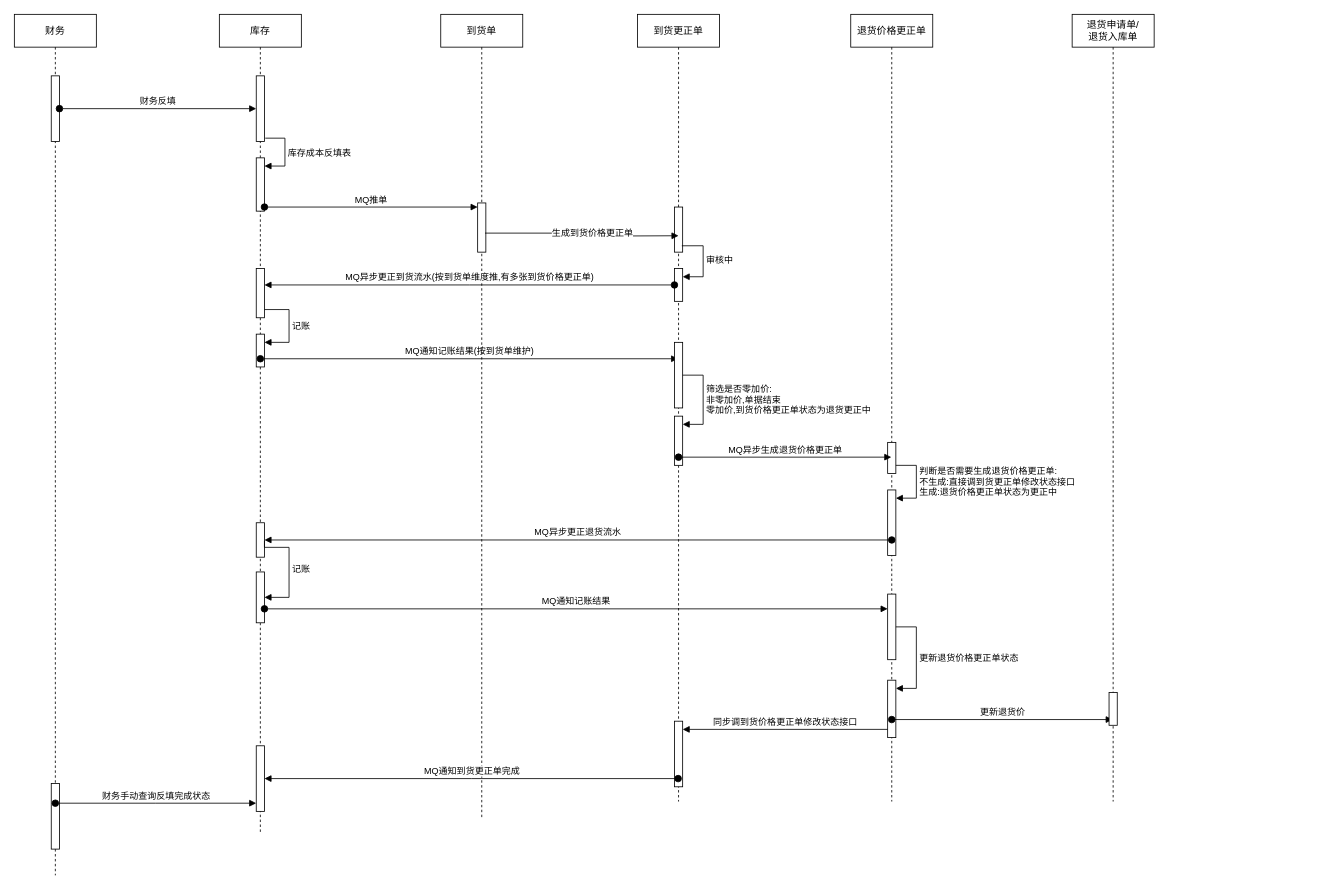
This is 零加价退货模式.drawio from fengj1202/draw, a draw.io file, before an edit. Source tidied: cells renumbered, new cells numbered last; positions are measured from the earlier drawing's top-left corner, leaving out a move shared by most shapes. Both pictures are drawn from the tidied source at 82%, with x=0, y=0 at pixel (14, 14).
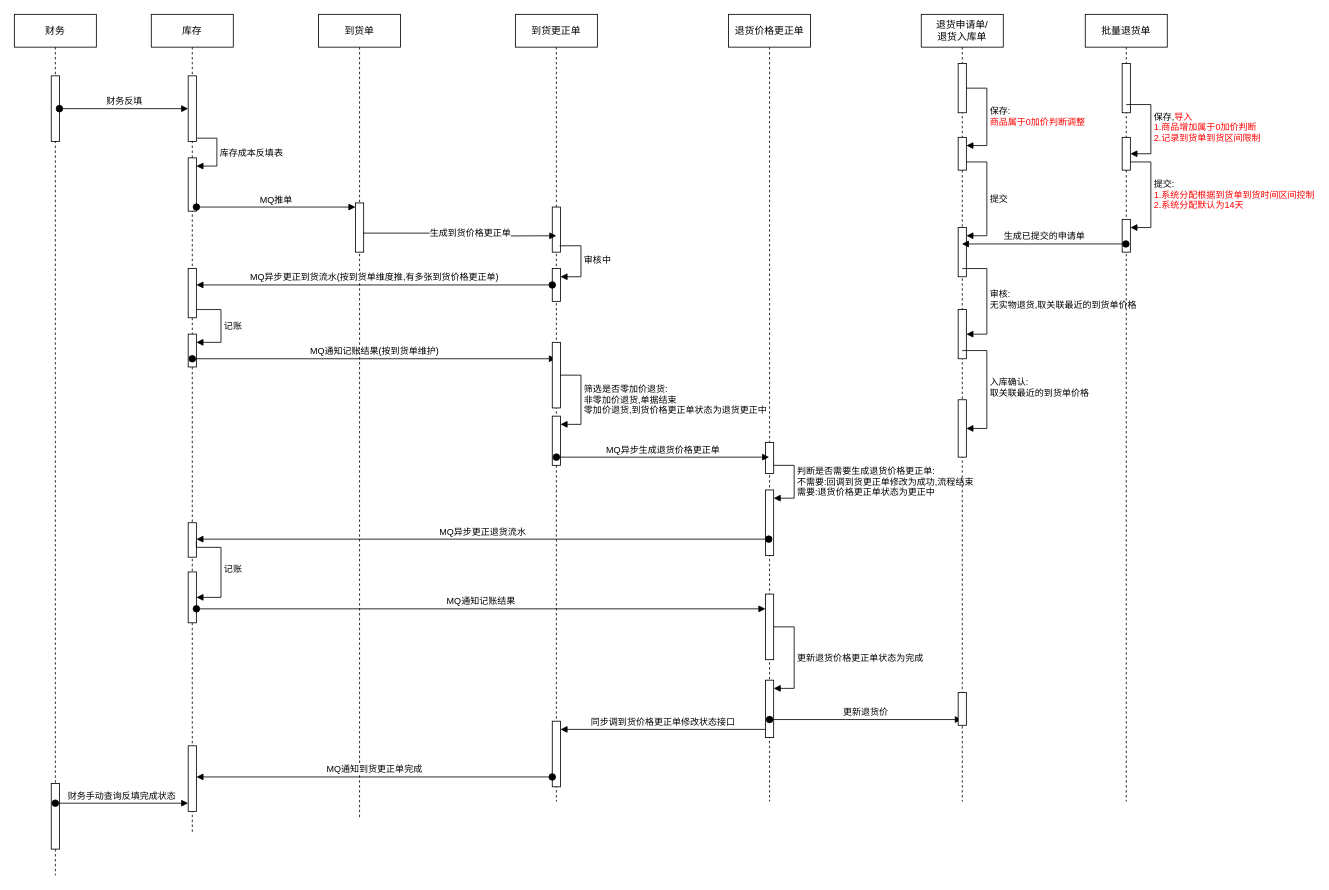
Above is the later version.

Commit message:
更新零加价退货模式.drawio

Unchanged cells that the change refers to:
```xml
<mxCell id="10" style="html=1;points=[];perimeter=orthogonalPerimeter;outlineConnect=0;targetShapes=umlLifeline;portConstraint=eastwest;newEdgeStyle={&quot;edgeStyle&quot;:&quot;elbowEdgeStyle&quot;,&quot;elbow&quot;:&quot;vertical&quot;,&quot;curved&quot;:0,&quot;rounded&quot;:0};" parent="6" vertex="1">
  <mxGeometry x="45" y="892" width="10" height="80" as="geometry" />
</mxCell>
<mxCell id="15" style="html=1;points=[];perimeter=orthogonalPerimeter;outlineConnect=0;targetShapes=umlLifeline;portConstraint=eastwest;newEdgeStyle={&quot;edgeStyle&quot;:&quot;elbowEdgeStyle&quot;,&quot;elbow&quot;:&quot;vertical&quot;,&quot;curved&quot;:0,&quot;rounded&quot;:0};" parent="6" vertex="1">
  <mxGeometry x="45" y="620" width="10" height="42" as="geometry" />
</mxCell>
<mxCell id="17" style="html=1;points=[];perimeter=orthogonalPerimeter;outlineConnect=0;targetShapes=umlLifeline;portConstraint=eastwest;newEdgeStyle={&quot;edgeStyle&quot;:&quot;elbowEdgeStyle&quot;,&quot;elbow&quot;:&quot;vertical&quot;,&quot;curved&quot;:0,&quot;rounded&quot;:0};" parent="16" vertex="1">
  <mxGeometry x="45" y="230" width="10" height="60" as="geometry" />
</mxCell>
<mxCell id="20" style="html=1;points=[];perimeter=orthogonalPerimeter;outlineConnect=0;targetShapes=umlLifeline;portConstraint=eastwest;newEdgeStyle={&quot;edgeStyle&quot;:&quot;elbowEdgeStyle&quot;,&quot;elbow&quot;:&quot;vertical&quot;,&quot;curved&quot;:0,&quot;rounded&quot;:0};" parent="18" vertex="1">
  <mxGeometry x="45" y="862" width="10" height="80" as="geometry" />
</mxCell>
<mxCell id="23" style="html=1;points=[];perimeter=orthogonalPerimeter;outlineConnect=0;targetShapes=umlLifeline;portConstraint=eastwest;newEdgeStyle={&quot;edgeStyle&quot;:&quot;elbowEdgeStyle&quot;,&quot;elbow&quot;:&quot;vertical&quot;,&quot;curved&quot;:0,&quot;rounded&quot;:0};" parent="18" vertex="1">
  <mxGeometry x="45" y="400" width="10" height="80" as="geometry" />
</mxCell>
<mxCell id="24" style="html=1;points=[];perimeter=orthogonalPerimeter;outlineConnect=0;targetShapes=umlLifeline;portConstraint=eastwest;newEdgeStyle={&quot;edgeStyle&quot;:&quot;elbowEdgeStyle&quot;,&quot;elbow&quot;:&quot;vertical&quot;,&quot;curved&quot;:0,&quot;rounded&quot;:0};" parent="18" vertex="1">
  <mxGeometry x="45" y="490" width="10" height="60" as="geometry" />
</mxCell>
<mxCell id="27" style="html=1;points=[];perimeter=orthogonalPerimeter;outlineConnect=0;targetShapes=umlLifeline;portConstraint=eastwest;newEdgeStyle={&quot;edgeStyle&quot;:&quot;elbowEdgeStyle&quot;,&quot;elbow&quot;:&quot;vertical&quot;,&quot;curved&quot;:0,&quot;rounded&quot;:0};" parent="26" vertex="1">
  <mxGeometry x="45" y="522" width="10" height="38" as="geometry" />
</mxCell>
<mxCell id="28" style="html=1;points=[];perimeter=orthogonalPerimeter;outlineConnect=0;targetShapes=umlLifeline;portConstraint=eastwest;newEdgeStyle={&quot;edgeStyle&quot;:&quot;elbowEdgeStyle&quot;,&quot;elbow&quot;:&quot;vertical&quot;,&quot;curved&quot;:0,&quot;rounded&quot;:0};" parent="26" vertex="1">
  <mxGeometry x="45" y="707" width="10" height="80" as="geometry" />
</mxCell>
<mxCell id="29" style="html=1;points=[];perimeter=orthogonalPerimeter;outlineConnect=0;targetShapes=umlLifeline;portConstraint=eastwest;newEdgeStyle={&quot;edgeStyle&quot;:&quot;elbowEdgeStyle&quot;,&quot;elbow&quot;:&quot;vertical&quot;,&quot;curved&quot;:0,&quot;rounded&quot;:0};" parent="26" vertex="1">
  <mxGeometry x="45" y="812" width="10" height="70" as="geometry" />
</mxCell>
<mxCell id="31" style="html=1;points=[];perimeter=orthogonalPerimeter;outlineConnect=0;targetShapes=umlLifeline;portConstraint=eastwest;newEdgeStyle={&quot;edgeStyle&quot;:&quot;elbowEdgeStyle&quot;,&quot;elbow&quot;:&quot;vertical&quot;,&quot;curved&quot;:0,&quot;rounded&quot;:0};" parent="26" vertex="1">
  <mxGeometry x="45" y="580" width="10" height="80" as="geometry" />
</mxCell>
```

Change to the diagram source:
```diff
@@
     <mxCell id="6" value="库存" style="shape=umlLifeline;perimeter=lifelinePerimeter;whiteSpace=wrap;html=1;" parent="1" vertex="1">
-      <mxGeometry x="250" width="100" height="1000" as="geometry" />
+      <mxGeometry x="167" width="100" height="1000" as="geometry" />
     </mxCell>
@@
     <mxCell id="16" value="到货单" style="shape=umlLifeline;perimeter=lifelinePerimeter;whiteSpace=wrap;html=1;" parent="1" vertex="1">
-      <mxGeometry x="520" width="100" height="980" as="geometry" />
+      <mxGeometry x="371" width="100" height="980" as="geometry" />
     </mxCell>
@@
     <mxCell id="18" value="到货更正单" style="shape=umlLifeline;perimeter=lifelinePerimeter;whiteSpace=wrap;html=1;outlineConnect=0;" parent="1" vertex="1">
-      <mxGeometry x="760" width="100" height="960" as="geometry" />
+      <mxGeometry x="611" width="100" height="960" as="geometry" />
     </mxCell>
@@
-    <mxCell id="25" value="筛选是否零加价:&lt;br&gt;非零加价,单据结束&lt;br&gt;零加价,到货价格更正单状态为退货更正中" style="html=1;align=left;spacingLeft=2;endArrow=block;rounded=0;edgeStyle=orthogonalEdgeStyle;curved=0;rounded=0;" parent="18" edge="1" source="23" target="24">
+    <mxCell id="25" value="筛选是否零加价退货:&lt;br&gt;非零加价退货,单据结束&lt;br&gt;零加价退货,到货价格更正单状态为退货更正中" style="html=1;align=left;spacingLeft=2;endArrow=block;rounded=0;edgeStyle=orthogonalEdgeStyle;curved=0;rounded=0;" parent="18" edge="1" source="23" target="24">
       <mxGeometry relative="1" as="geometry">
         <Array as="points">
           <mxPoint x="80" y="440" />
           <mxPoint x="80" y="500" />
         </Array>
       </mxGeometry>
     </mxCell>
     <mxCell id="26" value="退货价格更正单" style="shape=umlLifeline;perimeter=lifelinePerimeter;whiteSpace=wrap;html=1;" parent="1" vertex="1">
-      <mxGeometry x="1020" width="100" height="960" as="geometry" />
+      <mxGeometry x="871" width="100" height="960" as="geometry" />
     </mxCell>
@@
-    <mxCell id="30" value="更新退货价格更正单状态" style="html=1;align=left;spacingLeft=2;endArrow=block;rounded=0;edgeStyle=orthogonalEdgeStyle;curved=0;rounded=0;" parent="26" edge="1" source="28" target="29">
+    <mxCell id="30" value="更新退货价格更正单状态为完成" style="html=1;align=left;spacingLeft=2;endArrow=block;rounded=0;edgeStyle=orthogonalEdgeStyle;curved=0;rounded=0;" parent="26" edge="1" source="28" target="29">
       <mxGeometry relative="1" as="geometry">
         <Array as="points">
           <mxPoint x="80" y="747" />
           <mxPoint x="80" y="822" />
         </Array>
       </mxGeometry>
     </mxCell>
@@
-    <mxCell id="32" value="判断是否需要生成退货价格更正单:&lt;br&gt;不生成:直接调到货更正单修改状态接口&lt;br&gt;生成:退货价格更正单状态为更正中" style="html=1;align=left;spacingLeft=2;endArrow=block;rounded=0;edgeStyle=orthogonalEdgeStyle;curved=0;rounded=0;" parent="26" edge="1" source="27" target="31">
+    <mxCell id="32" value="判断是否需要生成退货价格更正单:&lt;br&gt;不需要:回调到货更正单修改为成功,流程结束&lt;br&gt;需要:退货价格更正单状态为更正中" style="html=1;align=left;spacingLeft=2;endArrow=block;rounded=0;edgeStyle=orthogonalEdgeStyle;curved=0;rounded=0;" parent="26" edge="1" source="27" target="31">
       <mxGeometry relative="1" as="geometry">
         <Array as="points">
           <mxPoint x="80" y="550" />
           <mxPoint x="80" y="590" />
         </Array>
       </mxGeometry>
     </mxCell>
@@
     <mxCell id="36" value="生成到货价格更正单" style="html=1;align=left;spacingLeft=2;endArrow=block;rounded=0;edgeStyle=orthogonalEdgeStyle;curved=0;rounded=0;exitX=0.9;exitY=0.613;exitDx=0;exitDy=0;exitPerimeter=0;" parent="1" edge="1" source="17">
       <mxGeometry x="-0.35" relative="1" as="geometry">
-        <mxPoint x="810" y="270" as="targetPoint" />
+        <mxPoint x="661" y="270" as="targetPoint" />
       </mxGeometry>
     </mxCell>
     <mxCell id="37" value="MQ异步生成退货价格更正单" style="html=1;verticalAlign=bottom;startArrow=oval;endArrow=block;startSize=8;edgeStyle=elbowEdgeStyle;elbow=vertical;curved=0;rounded=0;" parent="1" edge="1">
       <mxGeometry relative="1" as="geometry">
-        <mxPoint x="810" y="540" as="sourcePoint" />
-        <mxPoint x="1069.5" y="539.2" as="targetPoint" />
+        <mxPoint x="661" y="540" as="sourcePoint" />
+        <mxPoint x="920.5" y="539.2" as="targetPoint" />
       </mxGeometry>
     </mxCell>
     <mxCell id="38" value="MQ异步更正退货流水" style="html=1;verticalAlign=bottom;startArrow=oval;startFill=1;endArrow=block;startSize=8;edgeStyle=elbowEdgeStyle;elbow=vertical;curved=0;rounded=0;" parent="1" edge="1" target="15">
       <mxGeometry relative="1" as="geometry">
-        <mxPoint x="1070" y="641" as="sourcePoint" />
+        <mxPoint x="920" y="640" as="sourcePoint" />
+        <Array as="points">
+          <mxPoint x="920" y="640" />
+        </Array>
       </mxGeometry>
     </mxCell>
     <mxCell id="39" style="html=1;points=[];perimeter=orthogonalPerimeter;outlineConnect=0;targetShapes=umlLifeline;portConstraint=eastwest;newEdgeStyle={&quot;edgeStyle&quot;:&quot;elbowEdgeStyle&quot;,&quot;elbow&quot;:&quot;vertical&quot;,&quot;curved&quot;:0,&quot;rounded&quot;:0};" parent="1" vertex="1">
-      <mxGeometry x="295" y="680" width="10" height="62" as="geometry" />
+      <mxGeometry x="212" y="680" width="10" height="62" as="geometry" />
     </mxCell>
     <mxCell id="40" value="记账" style="html=1;align=left;spacingLeft=2;endArrow=block;rounded=0;edgeStyle=orthogonalEdgeStyle;curved=0;rounded=0;" parent="1" edge="1" target="39">
       <mxGeometry relative="1" as="geometry">
-        <mxPoint x="305" y="642" as="sourcePoint" />
+        <mxPoint x="222" y="642" as="sourcePoint" />
         <Array as="points">
-          <mxPoint x="305" y="650" />
-          <mxPoint x="335" y="650" />
-          <mxPoint x="335" y="711" />
+          <mxPoint x="222" y="650" />
+          <mxPoint x="252" y="650" />
+          <mxPoint x="252" y="711" />
         </Array>
       </mxGeometry>
     </mxCell>
@@
-    <mxCell id="43" value="MQ通知到货更正单完成" style="html=1;verticalAlign=bottom;startArrow=oval;startFill=1;endArrow=block;startSize=8;edgeStyle=elbowEdgeStyle;elbow=vertical;curved=0;rounded=0;" parent="1" edge="1" target="10">
+    <mxCell id="43" value="MQ通知到货更正单完成" style="html=1;verticalAlign=bottom;startArrow=oval;startFill=1;endArrow=block;startSize=8;edgeStyle=elbowEdgeStyle;elbow=vertical;curved=0;rounded=0;" parent="1" edge="1" source="20" target="10">
       <mxGeometry relative="1" as="geometry">
-        <mxPoint x="809.5" y="932" as="sourcePoint" />
+        <Array as="points">
+          <mxPoint x="650" y="930" />
+        </Array>
       </mxGeometry>
     </mxCell>
@@
     <mxCell id="45" value="退货申请单/&lt;br&gt;退货入库单" style="shape=umlLifeline;perimeter=lifelinePerimeter;whiteSpace=wrap;html=1;outlineConnect=0;" parent="1" vertex="1">
-      <mxGeometry x="1290" width="100" height="960" as="geometry" />
+      <mxGeometry x="1106" width="100" height="960" as="geometry" />
     </mxCell>
@@
+    <mxCell id="47" style="html=1;points=[];perimeter=orthogonalPerimeter;outlineConnect=0;targetShapes=umlLifeline;portConstraint=eastwest;newEdgeStyle={&quot;edgeStyle&quot;:&quot;elbowEdgeStyle&quot;,&quot;elbow&quot;:&quot;vertical&quot;,&quot;curved&quot;:0,&quot;rounded&quot;:0};" parent="45" vertex="1">
+      <mxGeometry x="45" y="60" width="10" height="60" as="geometry" />
+    </mxCell>
+    <mxCell id="48" style="html=1;points=[];perimeter=orthogonalPerimeter;outlineConnect=0;targetShapes=umlLifeline;portConstraint=eastwest;newEdgeStyle={&quot;edgeStyle&quot;:&quot;elbowEdgeStyle&quot;,&quot;elbow&quot;:&quot;vertical&quot;,&quot;curved&quot;:0,&quot;rounded&quot;:0};" parent="45" vertex="1">
+      <mxGeometry x="45" y="150" width="10" height="40" as="geometry" />
+    </mxCell>
+    <mxCell id="49" value="保存:&lt;br&gt;&lt;font color=&quot;#ff0000&quot;&gt;商品属于0加价判断调整&lt;/font&gt;" style="html=1;align=left;spacingLeft=2;endArrow=block;rounded=0;edgeStyle=orthogonalEdgeStyle;curved=0;rounded=0;" parent="45" edge="1" source="47" target="48">
+      <mxGeometry relative="1" as="geometry">
+        <Array as="points">
+          <mxPoint x="80" y="90" />
+          <mxPoint x="80" y="160" />
+        </Array>
+      </mxGeometry>
+    </mxCell>
+    <mxCell id="50" style="html=1;points=[];perimeter=orthogonalPerimeter;outlineConnect=0;targetShapes=umlLifeline;portConstraint=eastwest;newEdgeStyle={&quot;edgeStyle&quot;:&quot;elbowEdgeStyle&quot;,&quot;elbow&quot;:&quot;vertical&quot;,&quot;curved&quot;:0,&quot;rounded&quot;:0};" parent="45" vertex="1">
+      <mxGeometry x="45" y="260" width="10" height="60" as="geometry" />
+    </mxCell>
+    <mxCell id="51" value="提交" style="html=1;align=left;spacingLeft=2;endArrow=block;rounded=0;edgeStyle=orthogonalEdgeStyle;curved=0;rounded=0;" parent="45" edge="1" source="48" target="50">
+      <mxGeometry relative="1" as="geometry">
+        <Array as="points">
+          <mxPoint x="80" y="180" />
+          <mxPoint x="80" y="270" />
+        </Array>
+      </mxGeometry>
+    </mxCell>
+    <mxCell id="52" style="html=1;points=[];perimeter=orthogonalPerimeter;outlineConnect=0;targetShapes=umlLifeline;portConstraint=eastwest;newEdgeStyle={&quot;edgeStyle&quot;:&quot;elbowEdgeStyle&quot;,&quot;elbow&quot;:&quot;vertical&quot;,&quot;curved&quot;:0,&quot;rounded&quot;:0};" parent="45" vertex="1">
+      <mxGeometry x="45" y="360" width="10" height="60" as="geometry" />
+    </mxCell>
+    <mxCell id="53" value="审核:&lt;br&gt;无实物退货,取关联最近的到货单价格" style="html=1;align=left;spacingLeft=2;endArrow=block;rounded=0;edgeStyle=orthogonalEdgeStyle;curved=0;rounded=0;" parent="45" edge="1" target="52">
+      <mxGeometry relative="1" as="geometry">
+        <mxPoint x="50" y="310" as="sourcePoint" />
+        <Array as="points">
+          <mxPoint x="80" y="310" />
+          <mxPoint x="80" y="390" />
+        </Array>
+      </mxGeometry>
+    </mxCell>
+    <mxCell id="54" style="html=1;points=[];perimeter=orthogonalPerimeter;outlineConnect=0;targetShapes=umlLifeline;portConstraint=eastwest;newEdgeStyle={&quot;edgeStyle&quot;:&quot;elbowEdgeStyle&quot;,&quot;elbow&quot;:&quot;vertical&quot;,&quot;curved&quot;:0,&quot;rounded&quot;:0};" parent="45" vertex="1">
+      <mxGeometry x="45" y="470" width="10" height="70" as="geometry" />
+    </mxCell>
+    <mxCell id="55" value="入库确认:&lt;br&gt;取关联最近的到货单价格" style="html=1;align=left;spacingLeft=2;endArrow=block;rounded=0;edgeStyle=orthogonalEdgeStyle;curved=0;rounded=0;" parent="45" edge="1" target="54">
+      <mxGeometry relative="1" as="geometry">
+        <mxPoint x="50" y="410" as="sourcePoint" />
+        <Array as="points">
+          <mxPoint x="50" y="410" />
+          <mxPoint x="80" y="410" />
+          <mxPoint x="80" y="505" />
+        </Array>
+      </mxGeometry>
+    </mxCell>
+    <mxCell id="56" value="批量退货单" style="shape=umlLifeline;perimeter=lifelinePerimeter;whiteSpace=wrap;html=1;outlineConnect=0;" parent="1" vertex="1">
+      <mxGeometry x="1306" width="100" height="960" as="geometry" />
+    </mxCell>
+    <mxCell id="57" style="html=1;perimeter=orthogonalPerimeter;targetShapes=umlLifeline;newEdgeStyle={&quot;edgeStyle&quot;:&quot;elbowEdgeStyle&quot;,&quot;elbow&quot;:&quot;vertical&quot;,&quot;curved&quot;:0,&quot;rounded&quot;:0};" parent="56" vertex="1">
+      <mxGeometry x="45" y="60" width="10" height="60" as="geometry" />
+    </mxCell>
+    <mxCell id="58" style="html=1;points=[];perimeter=orthogonalPerimeter;outlineConnect=0;targetShapes=umlLifeline;portConstraint=eastwest;newEdgeStyle={&quot;edgeStyle&quot;:&quot;elbowEdgeStyle&quot;,&quot;elbow&quot;:&quot;vertical&quot;,&quot;curved&quot;:0,&quot;rounded&quot;:0};" parent="56" vertex="1">
+      <mxGeometry x="45" y="150" width="10" height="40" as="geometry" />
+    </mxCell>
+    <mxCell id="59" value="保存,&lt;font color=&quot;#ff0000&quot;&gt;导入&lt;/font&gt;&lt;br&gt;&lt;font color=&quot;#ff0000&quot;&gt;1.商品增加属于0加价判断&lt;br&gt;2.记录到货单到货区间限制&lt;/font&gt;" style="html=1;align=left;spacingLeft=2;endArrow=block;rounded=0;edgeStyle=orthogonalEdgeStyle;curved=0;rounded=0;" parent="56" edge="1" target="58">
+      <mxGeometry relative="1" as="geometry">
+        <mxPoint x="50" y="110" as="sourcePoint" />
+        <Array as="points">
+          <mxPoint x="80" y="110" />
+          <mxPoint x="80" y="170" />
+        </Array>
+      </mxGeometry>
+    </mxCell>
+    <mxCell id="60" style="html=1;points=[];perimeter=orthogonalPerimeter;outlineConnect=0;targetShapes=umlLifeline;portConstraint=eastwest;newEdgeStyle={&quot;edgeStyle&quot;:&quot;elbowEdgeStyle&quot;,&quot;elbow&quot;:&quot;vertical&quot;,&quot;curved&quot;:0,&quot;rounded&quot;:0};" parent="56" vertex="1">
+      <mxGeometry x="45" y="250" width="10" height="40" as="geometry" />
+    </mxCell>
+    <mxCell id="61" value="提交:&lt;br&gt;&lt;font color=&quot;#ff0000&quot;&gt;1.系统分配根据到货单到货时间区间控制&lt;br&gt;2.系统分配默认为14天&lt;/font&gt;" style="html=1;align=left;spacingLeft=2;endArrow=block;rounded=0;edgeStyle=orthogonalEdgeStyle;curved=0;rounded=0;" parent="56" edge="1" source="58" target="60">
+      <mxGeometry relative="1" as="geometry">
+        <Array as="points">
+          <mxPoint x="80" y="180" />
+          <mxPoint x="80" y="260" />
+        </Array>
+      </mxGeometry>
+    </mxCell>
+    <mxCell id="62" value="生成已提交的申请单" style="html=1;verticalAlign=bottom;startArrow=oval;startFill=1;endArrow=block;startSize=8;edgeStyle=elbowEdgeStyle;elbow=vertical;curved=0;rounded=0;" parent="1" edge="1" source="56" target="45">
+      <mxGeometry relative="1" as="geometry">
+        <Array as="points">
+          <mxPoint x="1236" y="280" />
+        </Array>
+      </mxGeometry>
+    </mxCell>
```
